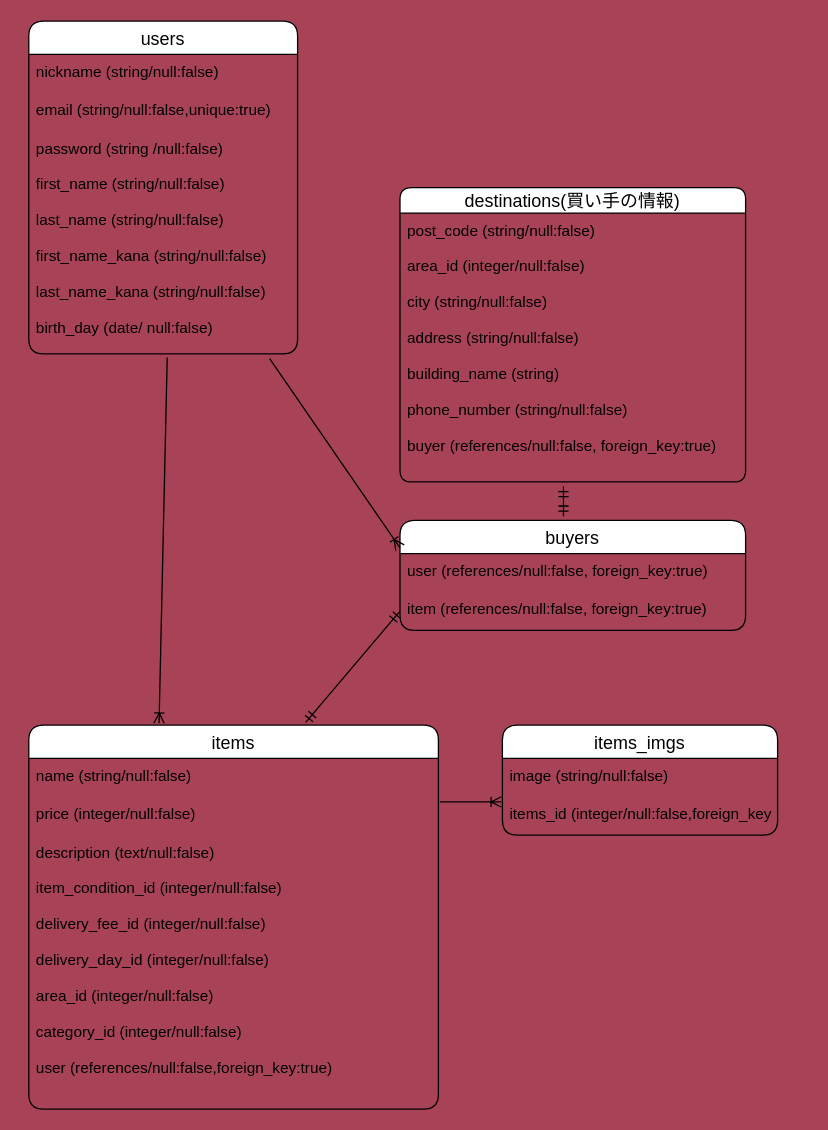
The draw.io diagram er.dio in kiatklai/furima-39440, before the edit. Source tidied: cells renumbered, new cells numbered last; positions are measured from the earlier drawing's top-left corner, leaving out a move shared by most shapes. Both pictures are drawn from the tidied source at 128%, with x=0, y=0 at pixel (28, 20).
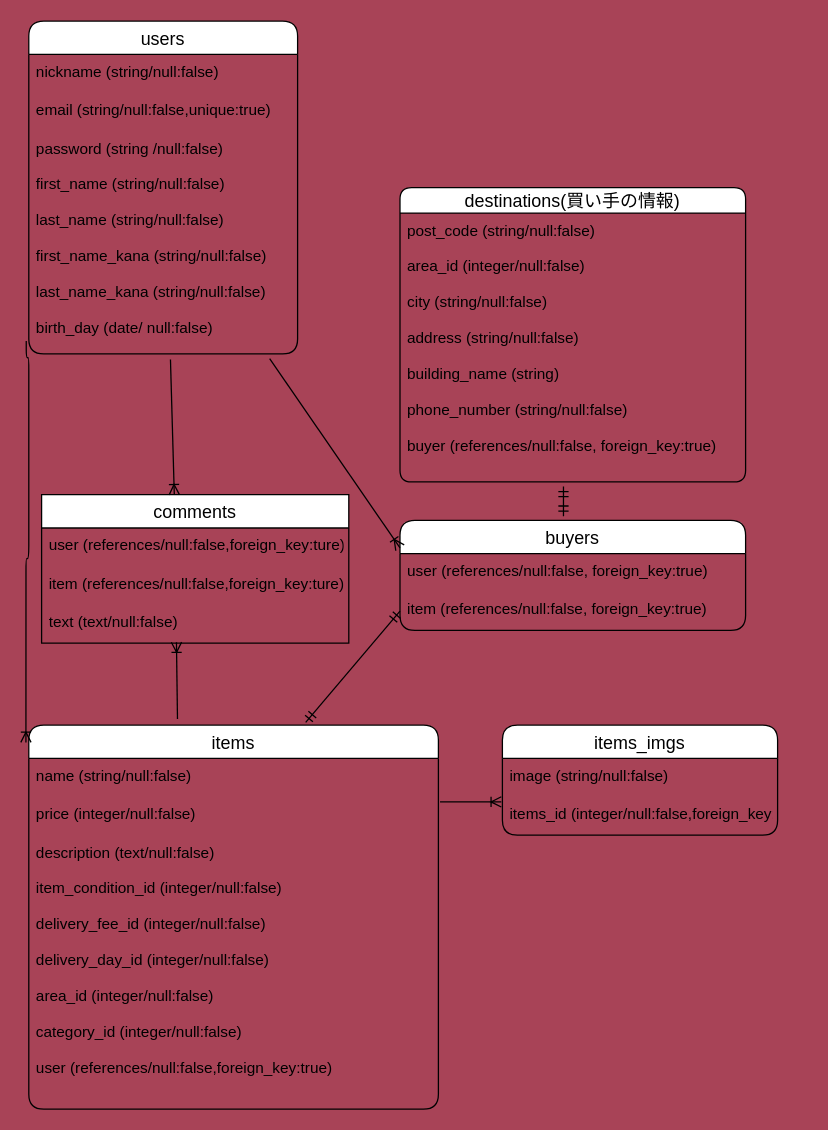
The same diagram, later.

Commit message (it also covers changes not shown here):
データベース設計追加

Unchanged cells that the change refers to:
```xml
<mxCell id="5" value="password (string /null:false)&#10;&#10;first_name (string/null:false)&#10;&#10;last_name (string/null:false)&#10;&#10;first_name_kana (string/null:false)&#10;&#10;last_name_kana (string/null:false)&#10;&#10;birth_day (date/ null:false)&#10;&#10;&#10;&#10;&#10;&#10;&#10;&#10;&#10;&#10;&#10;&#10;&#10;&#10;&#10;" style="text;strokeColor=none;fillColor=none;spacingLeft=4;spacingRight=4;overflow=hidden;points=[[0,0.5],[1,0.5]];portConstraint=eastwest;fontSize=12;rounded=1;" parent="2" vertex="1">
  <mxGeometry y="86" width="210" height="174" as="geometry" />
</mxCell>
<mxCell id="6" value="items" style="swimlane;fontStyle=0;horizontal=1;startSize=26;align=center;fontSize=14;rounded=1;" parent="1" vertex="1">
  <mxGeometry y="550" width="320" height="300" as="geometry" />
</mxCell>
```

Diff of the diagram source:
```diff
@@
-    <mxCell id="20" style="fontSize=12;html=1;endArrow=ERoneToMany;entryX=0.318;entryY=-0.005;entryDx=0;entryDy=0;entryPerimeter=0;rounded=1;exitX=0.515;exitY=1.016;exitDx=0;exitDy=0;exitPerimeter=0;" parent="1" edge="1" source="5" target="6">
-      <mxGeometry relative="1" as="geometry" />
+    <mxCell id="20" style="fontSize=12;html=1;endArrow=ERoneToMany;entryX=-0.007;entryY=0.045;entryDx=0;entryDy=0;entryPerimeter=0;rounded=1;edgeStyle=orthogonalEdgeStyle;" parent="1" edge="1" target="6">
+      <mxGeometry relative="1" as="geometry">
+        <mxPoint x="-2" y="250" as="sourcePoint" />
+        <Array as="points">
+          <mxPoint y="263" />
+          <mxPoint y="420" />
+          <mxPoint x="-2" y="420" />
+        </Array>
+      </mxGeometry>
     </mxCell>
@@
+    <mxCell id="23" value="comments" style="swimlane;fontStyle=0;horizontal=1;startSize=26;align=center;fontSize=14;" parent="1" vertex="1">
+      <mxGeometry x="10" y="370" width="240" height="116" as="geometry" />
+    </mxCell>
+    <mxCell id="24" value="user (references/null:false,foreign_key:ture)" style="text;strokeColor=none;fillColor=none;spacingLeft=4;spacingRight=4;overflow=hidden;fontSize=12;" parent="23" vertex="1">
+      <mxGeometry y="26" width="240" height="30" as="geometry" />
+    </mxCell>
+    <mxCell id="25" value="item (references/null:false,foreign_key:ture)" style="text;strokeColor=none;fillColor=none;spacingLeft=4;spacingRight=4;overflow=hidden;fontSize=12;" parent="23" vertex="1">
+      <mxGeometry y="56" width="240" height="30" as="geometry" />
+    </mxCell>
+    <mxCell id="26" value="text (text/null:false)" style="text;strokeColor=none;fillColor=none;spacingLeft=4;spacingRight=4;overflow=hidden;points=[[0,0.5],[1,0.5]];portConstraint=eastwest;fontSize=12;" parent="23" vertex="1">
+      <mxGeometry y="86" width="240" height="30" as="geometry" />
+    </mxCell>
+    <mxCell id="27" style="fontSize=12;html=1;endArrow=ERoneToMany;exitX=0.527;exitY=1.025;exitDx=0;exitDy=0;exitPerimeter=0;entryX=0.432;entryY=0;entryDx=0;entryDy=0;entryPerimeter=0;" parent="1" edge="1" source="5" target="23">
+      <mxGeometry relative="1" as="geometry" />
+    </mxCell>
+    <mxCell id="28" style="fontSize=12;html=1;endArrow=ERoneToMany;exitX=0.363;exitY=-0.016;exitDx=0;exitDy=0;exitPerimeter=0;entryX=0.439;entryY=0.973;entryDx=0;entryDy=0;entryPerimeter=0;" parent="1" edge="1" source="6" target="26">
+      <mxGeometry relative="1" as="geometry" />
+    </mxCell>
```
